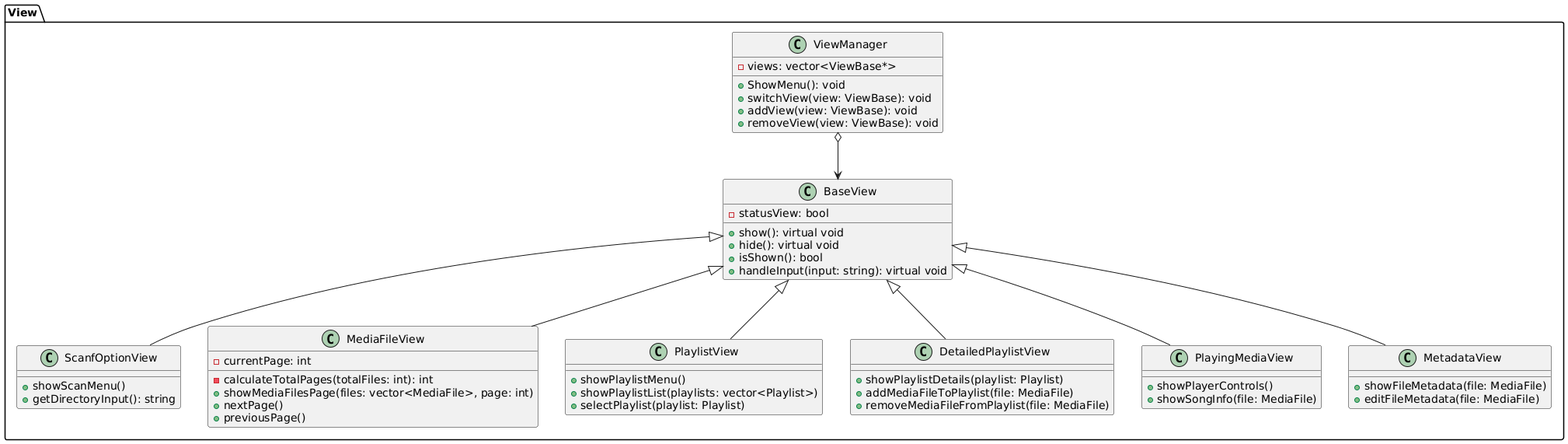
The PlantUML diagram project/docs/view/view.png in Weizy-NTT/Spotify-rep-1-1, before a commit.
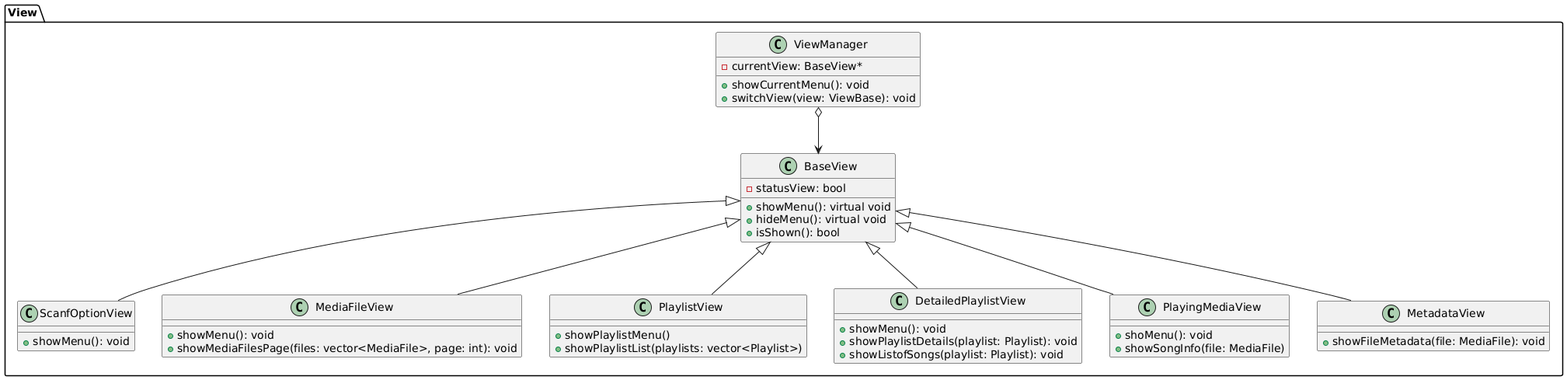
After the commit.

Diff of the diagram source:
```diff
@@ -3,53 +3,44 @@
     class BaseView {
         - statusView: bool
 
-        + show(): virtual void
-        + hide(): virtual void
+        + showMenu(): virtual void
+        + hideMenu(): virtual void
         + isShown(): bool
-        + handleInput(input: string): virtual void
     }
 
     class ScanfOptionView {
-        + showScanMenu()
-        + getDirectoryInput(): string
+        + showMenu(): void
     }
 
     class MediaFileView {
-        - calculateTotalPages(totalFiles: int): int
-        - currentPage: int
-        + showMediaFilesPage(files: vector<MediaFile>, page: int)
-        + nextPage()
-        + previousPage()
+        + showMenu(): void
+        + showMediaFilesPage(files: vector<MediaFile>, page: int): void
     }
 
     class PlaylistView {
         + showPlaylistMenu()
         + showPlaylistList(playlists: vector<Playlist>)
-        + selectPlaylist(playlist: Playlist)
     }
 
     class DetailedPlaylistView {
-        + showPlaylistDetails(playlist: Playlist)
-        + addMediaFileToPlaylist(file: MediaFile)
-        + removeMediaFileFromPlaylist(file: MediaFile)
+        + showMenu(): void
+        + showPlaylistDetails(playlist: Playlist): void
+        + showListofSongs(playlist: Playlist): void
     }
 
     class PlayingMediaView {
-        + showPlayerControls()
+        + shoMenu(): void
         + showSongInfo(file: MediaFile)
     }
 
     class MetadataView {
-        + showFileMetadata(file: MediaFile)
-        + editFileMetadata(file: MediaFile)
+        + showFileMetadata(file: MediaFile): void
     }
 
     class ViewManager {
-        - views: vector<ViewBase*>
-        + ShowMenu(): void
+        - currentView: BaseView*
+        + showCurrentMenu(): void
         + switchView(view: ViewBase): void
-        + addView(view: ViewBase): void
-        + removeView(view: ViewBase): void
     }
     ViewManager o--> BaseView
     BaseView <|-- ScanfOptionView
```
